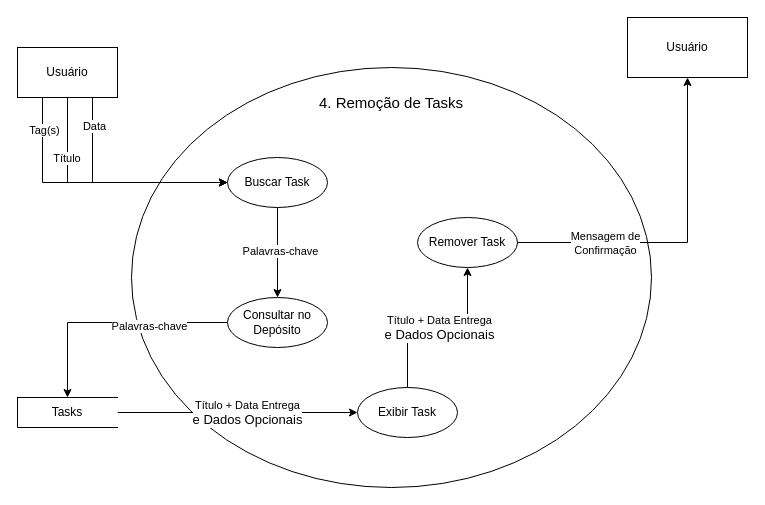
This is docs/assets/DFDs/RF04.drawio from kenielf/neotasker, a draw.io file, before an edit. Source tidied: cells renumbered, new cells numbered last; positions are measured from the earlier drawing's top-left corner, leaving out a move shared by most shapes. Both pictures are drawn from the tidied source at 100%, with x=0, y=0 at pixel (17, 17).
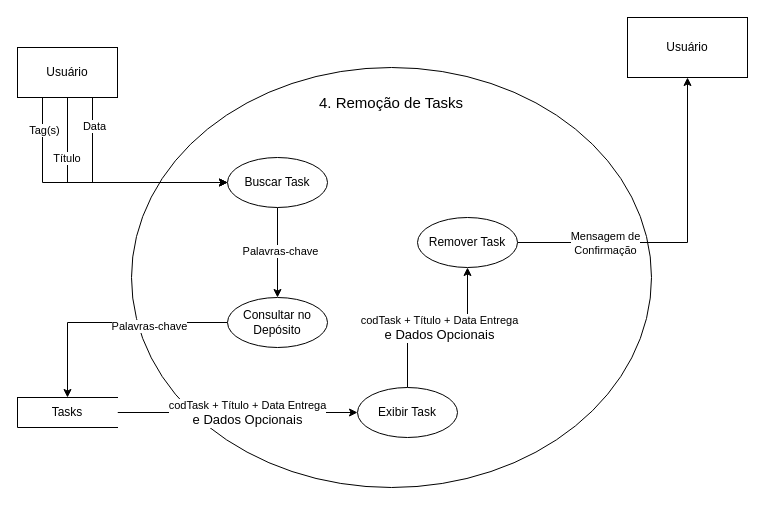
After the change.

The change refers to these unchanged cells:
```xml
<mxCell id="3" style="edgeStyle=orthogonalEdgeStyle;rounded=0;jettySize=auto;html=1;exitX=1;exitY=0.5;exitDx=0;exitDy=0;entryX=0;entryY=0.5;entryDx=0;entryDy=0;" parent="1" edge="1" source="5" target="22">
  <mxGeometry relative="1" as="geometry" />
</mxCell>
<mxCell id="20" style="edgeStyle=orthogonalEdgeStyle;rounded=0;jettySize=auto;html=1;" parent="1" edge="1" source="22" target="25">
  <mxGeometry relative="1" as="geometry" />
</mxCell>
```

The edit, as a diff of the source:
```diff
@@
-    <mxCell id="4" value="Título + Data Entrega&lt;br style=&quot;font-size: 13px;&quot;&gt;&lt;span style=&quot;font-size: 13px;&quot;&gt;e Dados Opcionais&lt;/span&gt;" style="edgeLabel;html=1;align=center;verticalAlign=middle;" parent="3" vertex="1">
+    <mxCell id="4" value="codTask + Título + Data Entrega&lt;br style=&quot;font-size: 13px;&quot;&gt;&lt;span style=&quot;font-size: 13px;&quot;&gt;e Dados Opcionais&lt;/span&gt;" style="edgeLabel;html=1;align=center;verticalAlign=middle;" parent="3" vertex="1">
       <mxGeometry x="0.21" y="-3" relative="1" as="geometry">
         <mxPoint x="-16" y="-3" as="offset" />
       </mxGeometry>
     </mxCell>
@@
-    <mxCell id="21" value="Título + Data Entrega&lt;br style=&quot;font-size: 13px;&quot;&gt;&lt;span style=&quot;font-size: 13px;&quot;&gt;e Dados Opcionais&lt;/span&gt;" style="edgeLabel;html=1;align=center;verticalAlign=middle;" parent="20" vertex="1">
+    <mxCell id="21" value="codTask + Título + Data Entrega&lt;br style=&quot;font-size: 13px;&quot;&gt;&lt;span style=&quot;font-size: 13px;&quot;&gt;e Dados Opcionais&lt;/span&gt;" style="edgeLabel;html=1;align=center;verticalAlign=middle;" parent="20" vertex="1">
       <mxGeometry x="0.05" y="-4" relative="1" as="geometry">
         <mxPoint x="-4" y="-4" as="offset" />
       </mxGeometry>
     </mxCell>
```
